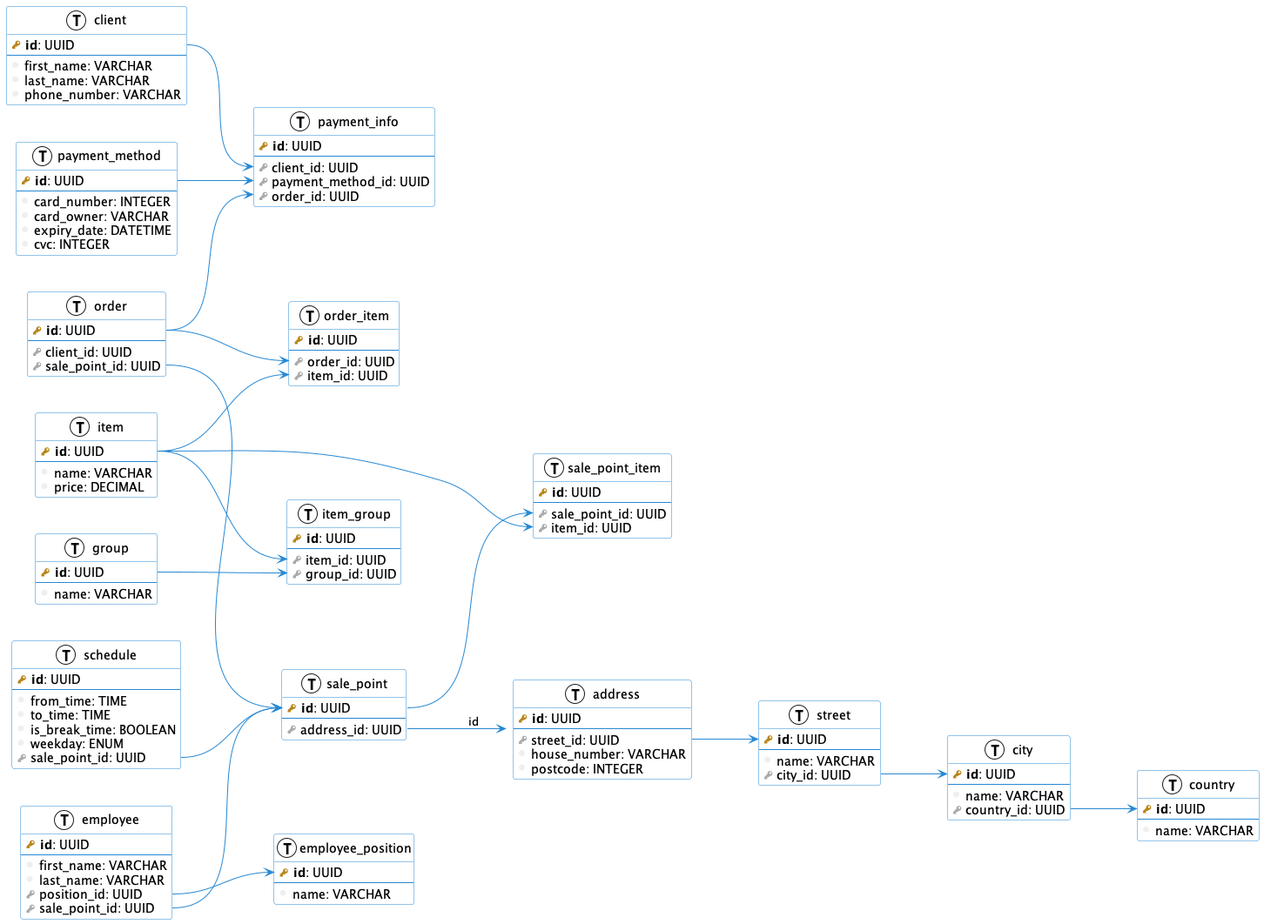
Before: db.png, a diagram exported from PlantUML (danilshvalov/databases-lab).
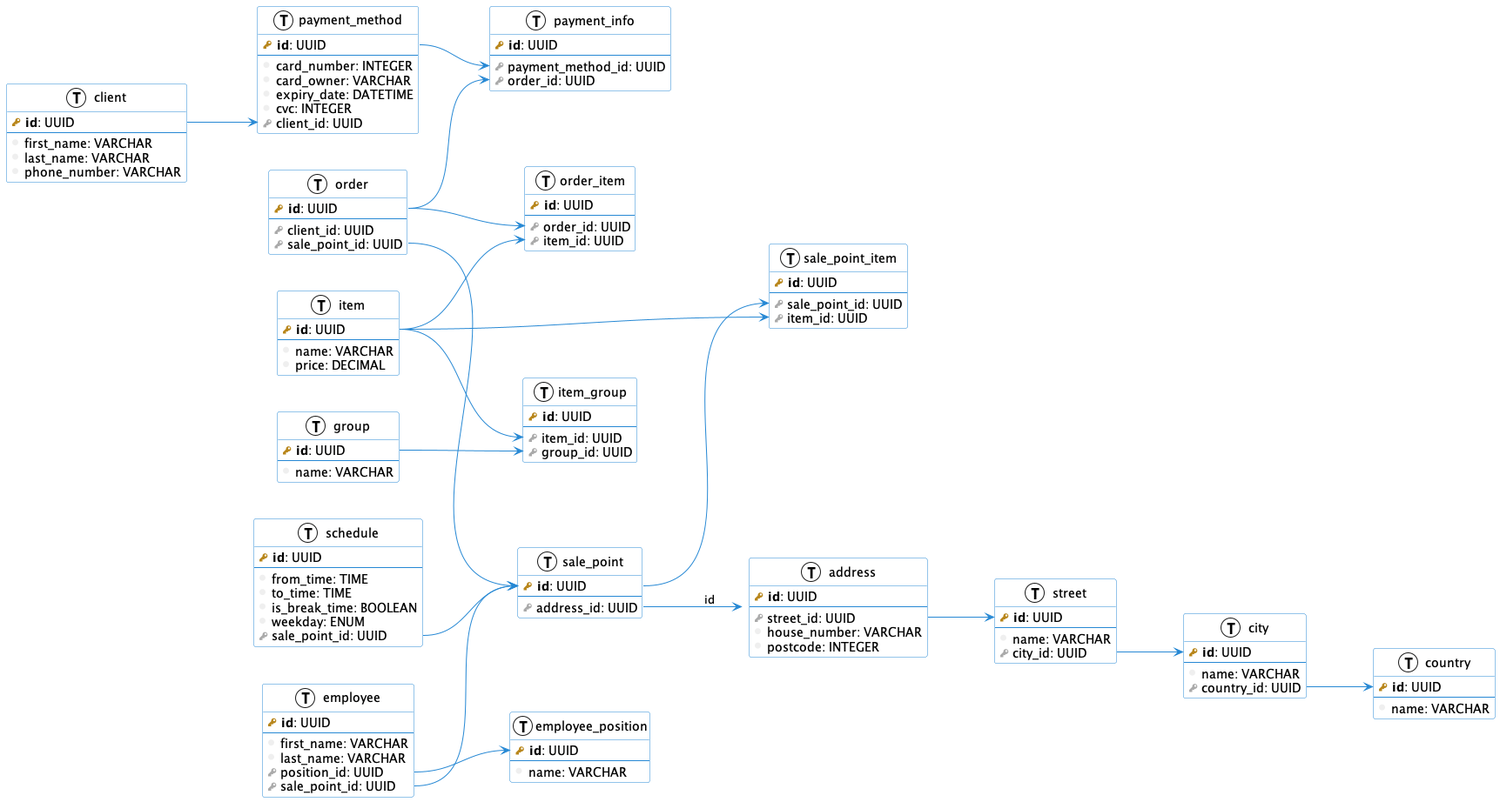
After the change.

Commit message:
refactor(uml): move client_id

Diff of the diagram source:
```diff
@@ -29,12 +29,12 @@
     column(card_owner): VARCHAR
     column(expiry_date): DATETIME
     column(cvc): INTEGER
+    foreign_key(client_id): UUID
 }
 
 table(payment_info) {
     primary_key(id): UUID
     --
-    foreign_key(client_id): UUID
     foreign_key(payment_method_id): UUID
     foreign_key(order_id): UUID
 }
@@ -143,8 +143,9 @@
 item::id --> sale_point_item::item_id
 
 payment_method::id --> payment_info::payment_method_id
-client::id --> payment_info::client_id
 order::id --> payment_info::order_id
+
+client::id --> payment_method::client_id
 
 order::id --> order_item::order_id
 item::id --> order_item::item_id
```
